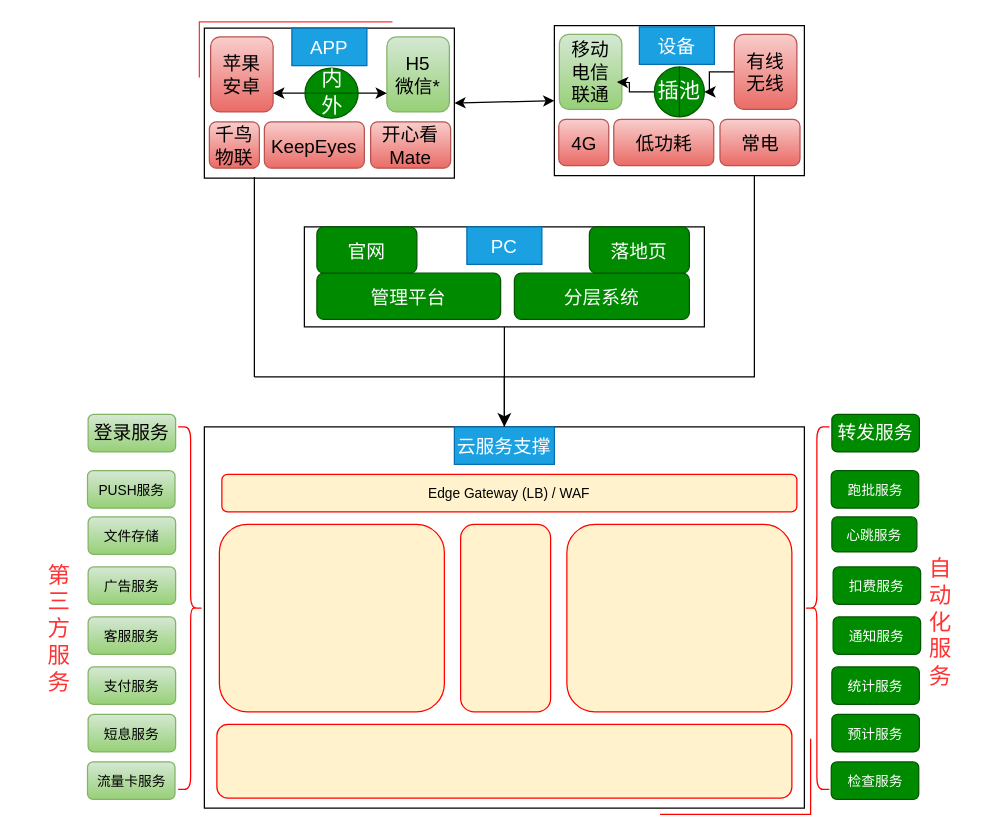
Earlier version of the draw.io diagram cloudbirds/整体全景模型.drawio (luoyongshun/framework). Source tidied: cells renumbered, new cells numbered last; positions are measured from the earlier drawing's top-left corner, leaving out a move shared by most shapes. Both pictures are drawn from the tidied source at 125%, with x=0, y=0 at pixel (21, 21).
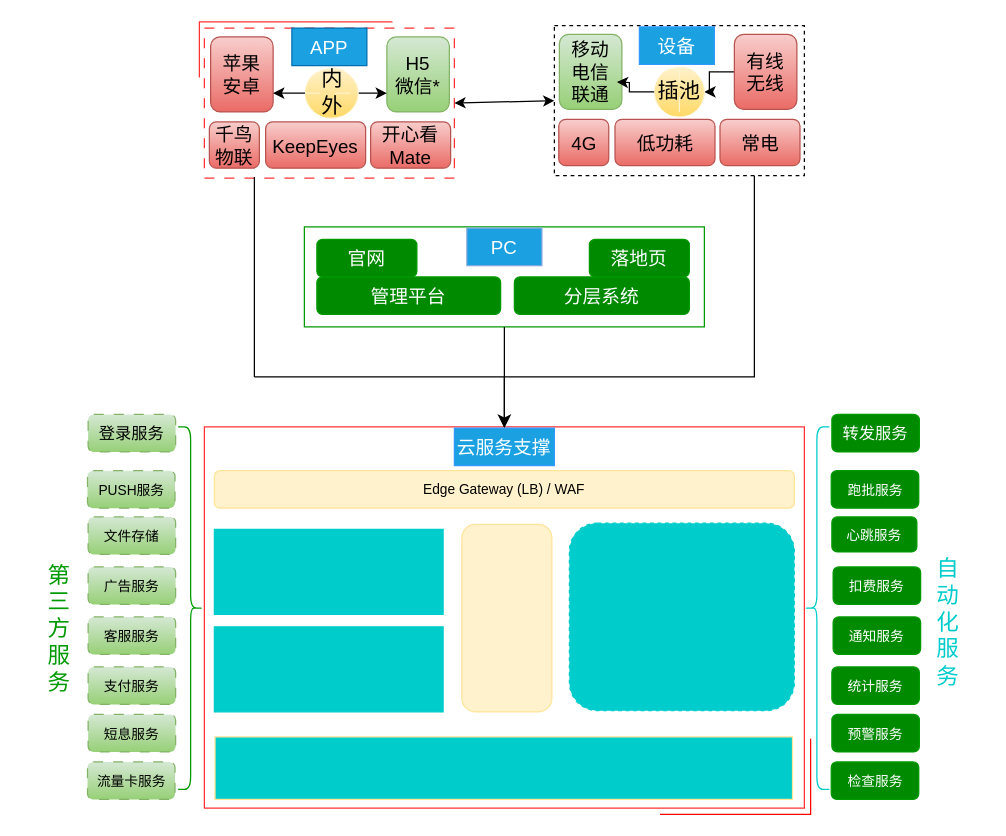
The same page after the edit.

Commit message (it also covers changes not shown here):
更新整体全景模型.drawio

What changed in the source:
```diff
@@
-    <mxCell id="2" style="rounded=0;whiteSpace=wrap;html=1;fontSize=15;" parent="1" vertex="1">
+    <mxCell id="2" style="rounded=0;whiteSpace=wrap;html=1;fontSize=15;strokeColor=#009900;" parent="1" vertex="1">
       <mxGeometry x="226" y="164" width="320" height="80" as="geometry" />
     </mxCell>
-    <mxCell id="3" style="rounded=0;whiteSpace=wrap;html=1;fontSize=15;" parent="1" vertex="1">
+    <mxCell id="3" style="rounded=0;whiteSpace=wrap;html=1;fontSize=15;strokeColor=#FF3333;dashed=1;dashPattern=8 8;" parent="1" vertex="1">
       <mxGeometry x="146" y="5" width="200" height="120" as="geometry" />
     </mxCell>
-    <mxCell id="4" style="rounded=0;whiteSpace=wrap;html=1;fontSize=15;" parent="1" vertex="1">
+    <mxCell id="4" style="rounded=0;whiteSpace=wrap;html=1;fontSize=15;dashed=1;" parent="1" vertex="1">
       <mxGeometry x="426" y="3" width="200" height="120" as="geometry" />
     </mxCell>
-    <mxCell id="5" style="rounded=0;whiteSpace=wrap;html=1;fontSize=15;" parent="1" vertex="1">
+    <mxCell id="5" style="rounded=0;whiteSpace=wrap;html=1;fontSize=15;strokeColor=#FF3333;" parent="1" vertex="1">
       <mxGeometry x="146" y="324" width="480" height="305" as="geometry" />
     </mxCell>
@@
-    <mxCell id="7" value="设备" style="text;html=1;align=center;verticalAlign=middle;whiteSpace=wrap;rounded=0;fontSize=15;fillColor=#1ba1e2;fontColor=#ffffff;strokeColor=#006EAF;" parent="1" vertex="1">
+    <mxCell id="7" value="设备" style="text;html=1;align=center;verticalAlign=middle;whiteSpace=wrap;rounded=0;fontSize=15;fillColor=#1ba1e2;fontColor=#ffffff;strokeColor=#3399FF;" parent="1" vertex="1">
       <mxGeometry x="494" y="4" width="60" height="30" as="geometry" />
     </mxCell>
-    <mxCell id="8" value="PC" style="text;html=1;align=center;verticalAlign=middle;whiteSpace=wrap;rounded=0;fontSize=15;fillColor=#1ba1e2;fontColor=#ffffff;strokeColor=#006EAF;" parent="1" vertex="1">
-      <mxGeometry x="356" y="164" width="60" height="30" as="geometry" />
+    <mxCell id="8" value="PC" style="text;html=1;align=center;verticalAlign=middle;whiteSpace=wrap;rounded=0;fontSize=15;fillColor=#1ba1e2;fontColor=#ffffff;strokeColor=#7EA6E0;" parent="1" vertex="1">
+      <mxGeometry x="356" y="165" width="60" height="30" as="geometry" />
     </mxCell>
-    <mxCell id="9" value="云服务支撑" style="text;html=1;align=center;verticalAlign=middle;whiteSpace=wrap;rounded=0;fontSize=15;fillColor=#1ba1e2;fontColor=#ffffff;strokeColor=#006EAF;" parent="1" vertex="1">
-      <mxGeometry x="346" y="324" width="80" height="30" as="geometry" />
+    <mxCell id="9" value="云服务支撑" style="text;html=1;align=center;verticalAlign=middle;whiteSpace=wrap;rounded=0;fontSize=15;fillColor=#1ba1e2;fontColor=#ffffff;strokeColor=#3399FF;" parent="1" vertex="1">
+      <mxGeometry x="346" y="325" width="80" height="30" as="geometry" />
     </mxCell>
@@
     <mxCell id="13" value="KeepEyes" style="rounded=1;whiteSpace=wrap;html=1;fontSize=15;fillColor=#f8cecc;gradientColor=#ea6b66;strokeColor=#b85450;" parent="1" vertex="1">
-      <mxGeometry x="194" y="80" width="80" height="37" as="geometry" />
+      <mxGeometry x="195" y="80" width="80" height="37" as="geometry" />
     </mxCell>
@@
     <mxCell id="26" value="低功耗" style="rounded=1;whiteSpace=wrap;html=1;fontSize=15;fillColor=#f8cecc;gradientColor=#ea6b66;strokeColor=#b85450;" parent="1" vertex="1">
-      <mxGeometry x="473.5" y="78" width="80" height="37" as="geometry" />
+      <mxGeometry x="474.5" y="78" width="80" height="37" as="geometry" />
     </mxCell>
@@
-    <mxCell id="29" value="插池" style="shape=lineEllipse;line=vertical;perimeter=ellipsePerimeter;whiteSpace=wrap;html=1;backgroundOutline=1;strokeColor=#005700;fontSize=17;fillColor=#008a00;fontColor=#ffffff;" parent="1" vertex="1">
+    <mxCell id="29" value="插池" style="shape=lineEllipse;line=vertical;perimeter=ellipsePerimeter;whiteSpace=wrap;html=1;backgroundOutline=1;strokeColor=#FFF2CC;fontSize=17;fillColor=#fff2cc;gradientColor=#ffd966;dashed=1;dashPattern=12 12;" parent="1" vertex="1">
       <mxGeometry x="506" y="36" width="40" height="40" as="geometry" />
     </mxCell>
@@
-    <mxCell id="32" value="内&lt;br&gt;外" style="shape=lineEllipse;perimeter=ellipsePerimeter;whiteSpace=wrap;html=1;backgroundOutline=1;strokeColor=#005700;fontSize=17;fillColor=#008a00;fontColor=#ffffff;" parent="1" vertex="1">
+    <mxCell id="32" value="内&lt;br&gt;外" style="shape=lineEllipse;perimeter=ellipsePerimeter;whiteSpace=wrap;html=1;backgroundOutline=1;strokeColor=#FFF2CC;fontSize=17;fillColor=#fff2cc;gradientColor=#ffd966;dashed=1;dashPattern=12 12;" parent="1" vertex="1">
       <mxGeometry x="226.5" y="37" width="42.5" height="40" as="geometry" />
     </mxCell>
-    <mxCell id="33" value="管理平台" style="rounded=1;whiteSpace=wrap;html=1;fontSize=15;fillColor=#008a00;strokeColor=#005700;fontColor=#ffffff;" parent="1" vertex="1">
-      <mxGeometry x="236" y="201" width="147" height="37" as="geometry" />
+    <mxCell id="33" value="管理平台" style="rounded=1;whiteSpace=wrap;html=1;fontSize=15;fillColor=#008a00;strokeColor=#009900;fontColor=#ffffff;" parent="1" vertex="1">
+      <mxGeometry x="236" y="204" width="147" height="30" as="geometry" />
     </mxCell>
-    <mxCell id="34" value="分层系统" style="rounded=1;whiteSpace=wrap;html=1;fontSize=15;fillColor=#008a00;strokeColor=#005700;fontColor=#ffffff;" parent="1" vertex="1">
-      <mxGeometry x="394" y="201" width="140" height="37" as="geometry" />
+    <mxCell id="34" value="分层系统" style="rounded=1;whiteSpace=wrap;html=1;fontSize=15;fillColor=#008a00;strokeColor=#009900;fontColor=#ffffff;" parent="1" vertex="1">
+      <mxGeometry x="394" y="204" width="140" height="30" as="geometry" />
     </mxCell>
-    <mxCell id="35" value="官网" style="rounded=1;whiteSpace=wrap;html=1;fontSize=15;fillColor=#008a00;strokeColor=#005700;fontColor=#ffffff;" parent="1" vertex="1">
-      <mxGeometry x="236" y="164" width="80" height="37" as="geometry" />
+    <mxCell id="35" value="官网" style="rounded=1;whiteSpace=wrap;html=1;fontSize=15;fillColor=#008a00;strokeColor=#009900;fontColor=#ffffff;" parent="1" vertex="1">
+      <mxGeometry x="236" y="174" width="80" height="30" as="geometry" />
     </mxCell>
-    <mxCell id="36" value="落地页" style="rounded=1;whiteSpace=wrap;html=1;fontSize=15;fillColor=#008a00;strokeColor=#005700;fontColor=#ffffff;" parent="1" vertex="1">
-      <mxGeometry x="454" y="164" width="80" height="37" as="geometry" />
+    <mxCell id="36" value="落地页" style="rounded=1;whiteSpace=wrap;html=1;fontSize=15;fillColor=#008a00;strokeColor=#009900;fontColor=#ffffff;" parent="1" vertex="1">
+      <mxGeometry x="454" y="174" width="80" height="30" as="geometry" />
     </mxCell>
-    <mxCell id="37" style="shape=curlyBracket;whiteSpace=wrap;html=1;rounded=1;flipH=1;labelPosition=right;verticalLabelPosition=middle;align=left;verticalAlign=middle;strokeColor=#FF0000;fontSize=17;fillColor=#FFF2CC;" parent="1" vertex="1">
+    <mxCell id="37" style="shape=curlyBracket;whiteSpace=wrap;html=1;rounded=1;flipH=1;labelPosition=right;verticalLabelPosition=middle;align=left;verticalAlign=middle;strokeColor=#009900;fontSize=17;fillColor=#FFF2CC;" parent="1" vertex="1">
       <mxGeometry x="125" y="324" width="20" height="290" as="geometry" />
     </mxCell>
-    <mxCell id="38" value="&lt;font style=&quot;font-size: 15px;&quot;&gt;登录服务&lt;/font&gt;" style="rounded=1;whiteSpace=wrap;html=1;strokeColor=#82b366;fontSize=17;fillColor=#d5e8d4;gradientColor=#97d077;" parent="1" vertex="1">
+    <mxCell id="38" value="&lt;font style=&quot;font-size: 13px;&quot;&gt;登录服务&lt;/font&gt;" style="rounded=1;whiteSpace=wrap;html=1;strokeColor=#82b366;fontSize=17;fillColor=#d5e8d4;gradientColor=#97d077;dashed=1;dashPattern=8 8;" parent="1" vertex="1">
       <mxGeometry x="53" y="314" width="70" height="30" as="geometry" />
     </mxCell>
-    <mxCell id="39" value="&lt;font style=&quot;font-size: 11px;&quot;&gt;PUSH服务&lt;/font&gt;" style="rounded=1;whiteSpace=wrap;html=1;strokeColor=#82b366;fontSize=17;fillColor=#d5e8d4;gradientColor=#97d077;" parent="1" vertex="1">
+    <mxCell id="39" value="&lt;font style=&quot;font-size: 11px;&quot;&gt;PUSH服务&lt;/font&gt;" style="rounded=1;whiteSpace=wrap;html=1;strokeColor=#82b366;fontSize=17;fillColor=#d5e8d4;gradientColor=#97d077;dashed=1;dashPattern=8 8;" parent="1" vertex="1">
       <mxGeometry x="52.5" y="359" width="70" height="30" as="geometry" />
     </mxCell>
-    <mxCell id="40" value="&lt;font style=&quot;font-size: 11px;&quot;&gt;文件存储&lt;/font&gt;" style="rounded=1;whiteSpace=wrap;html=1;strokeColor=#82b366;fontSize=17;fillColor=#d5e8d4;gradientColor=#97d077;" parent="1" vertex="1">
+    <mxCell id="40" value="&lt;font style=&quot;font-size: 11px;&quot;&gt;文件存储&lt;/font&gt;" style="rounded=1;whiteSpace=wrap;html=1;strokeColor=#82b366;fontSize=17;fillColor=#d5e8d4;gradientColor=#97d077;dashed=1;dashPattern=8 8;" parent="1" vertex="1">
       <mxGeometry x="53" y="396" width="70" height="30" as="geometry" />
     </mxCell>
-    <mxCell id="41" value="&lt;span style=&quot;font-size: 11px;&quot;&gt;广告服务&lt;/span&gt;" style="rounded=1;whiteSpace=wrap;html=1;strokeColor=#82b366;fontSize=17;fillColor=#d5e8d4;gradientColor=#97d077;" parent="1" vertex="1">
+    <mxCell id="41" value="&lt;span style=&quot;font-size: 11px;&quot;&gt;广告服务&lt;/span&gt;" style="rounded=1;whiteSpace=wrap;html=1;strokeColor=#82b366;fontSize=17;fillColor=#d5e8d4;gradientColor=#97d077;dashed=1;dashPattern=8 8;" parent="1" vertex="1">
       <mxGeometry x="53" y="436" width="70" height="30" as="geometry" />
     </mxCell>
-    <mxCell id="42" value="&lt;span style=&quot;font-size: 11px;&quot;&gt;客服服务&lt;/span&gt;" style="rounded=1;whiteSpace=wrap;html=1;strokeColor=#82b366;fontSize=17;fillColor=#d5e8d4;gradientColor=#97d077;" parent="1" vertex="1">
+    <mxCell id="42" value="&lt;span style=&quot;font-size: 11px;&quot;&gt;客服服务&lt;/span&gt;" style="rounded=1;whiteSpace=wrap;html=1;strokeColor=#82b366;fontSize=17;fillColor=#d5e8d4;gradientColor=#97d077;dashed=1;dashPattern=8 8;" parent="1" vertex="1">
       <mxGeometry x="53" y="476" width="70" height="30" as="geometry" />
     </mxCell>
-    <mxCell id="43" value="&lt;span style=&quot;font-size: 11px;&quot;&gt;支付服务&lt;/span&gt;" style="rounded=1;whiteSpace=wrap;html=1;strokeColor=#82b366;fontSize=17;fillColor=#d5e8d4;gradientColor=#97d077;" parent="1" vertex="1">
+    <mxCell id="43" value="&lt;span style=&quot;font-size: 11px;&quot;&gt;支付服务&lt;/span&gt;" style="rounded=1;whiteSpace=wrap;html=1;strokeColor=#82b366;fontSize=17;fillColor=#d5e8d4;gradientColor=#97d077;dashed=1;dashPattern=8 8;" parent="1" vertex="1">
       <mxGeometry x="53" y="516" width="70" height="30" as="geometry" />
     </mxCell>
-    <mxCell id="44" value="&lt;span style=&quot;font-size: 11px;&quot;&gt;短息服务&lt;/span&gt;" style="rounded=1;whiteSpace=wrap;html=1;strokeColor=#82b366;fontSize=17;fillColor=#d5e8d4;gradientColor=#97d077;" parent="1" vertex="1">
+    <mxCell id="44" value="&lt;span style=&quot;font-size: 11px;&quot;&gt;短息服务&lt;/span&gt;" style="rounded=1;whiteSpace=wrap;html=1;strokeColor=#82b366;fontSize=17;fillColor=#d5e8d4;gradientColor=#97d077;dashed=1;dashPattern=8 8;" parent="1" vertex="1">
       <mxGeometry x="53" y="554" width="70" height="30" as="geometry" />
     </mxCell>
-    <mxCell id="45" style="rounded=1;whiteSpace=wrap;html=1;strokeColor=#FF0000;fontSize=11;fillColor=#FFF2CC;" parent="1" vertex="1">
-      <mxGeometry x="158" y="402" width="180" height="150" as="geometry" />
+    <mxCell id="45" style="rounded=1;whiteSpace=wrap;html=1;strokeColor=#00CCCC;fontSize=11;fillColor=#00CCCC;dashed=1;" parent="1" vertex="1">
+      <mxGeometry x="438" y="401" width="180" height="150" as="geometry" />
     </mxCell>
-    <mxCell id="46" style="rounded=1;whiteSpace=wrap;html=1;strokeColor=#FF0000;fontSize=11;fillColor=#FFF2CC;" parent="1" vertex="1">
-      <mxGeometry x="436" y="402" width="180" height="150" as="geometry" />
-    </mxCell>
-    <mxCell id="47" style="rounded=1;whiteSpace=wrap;html=1;strokeColor=#FF0000;fontSize=11;fillColor=#FFF2CC;" parent="1" vertex="1">
-      <mxGeometry x="156" y="562" width="460" height="59" as="geometry" />
-    </mxCell>
-    <mxCell id="48" value="&lt;font color=&quot;#ff3333&quot; style=&quot;font-size: 18px;&quot;&gt;第&lt;br&gt;三&lt;br&gt;方&lt;br&gt;服&lt;br&gt;务&lt;/font&gt;" style="text;html=1;strokeColor=none;fillColor=none;align=center;verticalAlign=middle;whiteSpace=wrap;rounded=0;fontSize=11;" parent="1" vertex="1">
+    <mxCell id="48" value="&lt;font color=&quot;#009900&quot; style=&quot;font-size: 18px;&quot;&gt;第&lt;br&gt;三&lt;br&gt;方&lt;br&gt;服&lt;br&gt;务&lt;/font&gt;" style="text;html=1;strokeColor=none;fillColor=none;align=center;verticalAlign=middle;whiteSpace=wrap;rounded=0;fontSize=11;" parent="1" vertex="1">
       <mxGeometry y="471" width="60" height="30" as="geometry" />
     </mxCell>
-    <mxCell id="49" value="&lt;span style=&quot;font-size: 11px;&quot;&gt;流量卡服务&lt;/span&gt;" style="rounded=1;whiteSpace=wrap;html=1;strokeColor=#82b366;fontSize=17;fillColor=#d5e8d4;gradientColor=#97d077;" parent="1" vertex="1">
+    <mxCell id="49" value="&lt;span style=&quot;font-size: 11px;&quot;&gt;流量卡服务&lt;/span&gt;" style="rounded=1;whiteSpace=wrap;html=1;strokeColor=#82b366;fontSize=17;fillColor=#d5e8d4;gradientColor=#97d077;dashed=1;dashPattern=8 8;" parent="1" vertex="1">
       <mxGeometry x="52.5" y="592" width="70" height="30" as="geometry" />
     </mxCell>
-    <mxCell id="50" value="&lt;font style=&quot;font-size: 15px;&quot;&gt;转发服务&lt;/font&gt;" style="rounded=1;whiteSpace=wrap;html=1;strokeColor=#005700;fontSize=17;fillColor=#008a00;fontColor=#ffffff;" parent="1" vertex="1">
+    <mxCell id="50" value="&lt;font style=&quot;font-size: 13px;&quot;&gt;转发服务&lt;/font&gt;" style="rounded=1;whiteSpace=wrap;html=1;strokeColor=#009900;fontSize=17;fillColor=#008a00;fontColor=#ffffff;" parent="1" vertex="1">
       <mxGeometry x="648" y="314" width="70" height="30" as="geometry" />
     </mxCell>
-    <mxCell id="51" value="&lt;span style=&quot;font-size: 11px;&quot;&gt;跑批服务&lt;/span&gt;" style="rounded=1;whiteSpace=wrap;html=1;strokeColor=#005700;fontSize=17;fillColor=#008a00;fontColor=#ffffff;" parent="1" vertex="1">
+    <mxCell id="51" value="&lt;span style=&quot;font-size: 11px;&quot;&gt;跑批服务&lt;/span&gt;" style="rounded=1;whiteSpace=wrap;html=1;strokeColor=#009900;fontSize=17;fillColor=#008a00;fontColor=#ffffff;" parent="1" vertex="1">
       <mxGeometry x="647.5" y="359" width="70" height="30" as="geometry" />
     </mxCell>
-    <mxCell id="52" value="&lt;font style=&quot;font-size: 11px;&quot;&gt;心跳服务&lt;/font&gt;" style="rounded=1;whiteSpace=wrap;html=1;strokeColor=#005700;fontSize=17;fillColor=#008a00;fontColor=#ffffff;" parent="1" vertex="1">
+    <mxCell id="52" value="&lt;font style=&quot;font-size: 11px;&quot;&gt;心跳服务&lt;/font&gt;" style="rounded=1;whiteSpace=wrap;html=1;strokeColor=#009900;fontSize=17;fillColor=#008a00;fontColor=#ffffff;" parent="1" vertex="1">
       <mxGeometry x="648" y="396" width="68" height="28" as="geometry" />
     </mxCell>
-    <mxCell id="53" value="&lt;span style=&quot;font-size: 11px;&quot;&gt;扣费服务&lt;/span&gt;" style="rounded=1;whiteSpace=wrap;html=1;strokeColor=#005700;fontSize=17;fillColor=#008a00;fontColor=#ffffff;" parent="1" vertex="1">
+    <mxCell id="53" value="&lt;span style=&quot;font-size: 11px;&quot;&gt;扣费服务&lt;/span&gt;" style="rounded=1;whiteSpace=wrap;html=1;strokeColor=#009900;fontSize=17;fillColor=#008a00;fontColor=#ffffff;" parent="1" vertex="1">
       <mxGeometry x="649" y="436" width="70" height="30" as="geometry" />
     </mxCell>
-    <mxCell id="54" value="&lt;span style=&quot;font-size: 11px;&quot;&gt;通知服务&lt;/span&gt;" style="rounded=1;whiteSpace=wrap;html=1;strokeColor=#005700;fontSize=17;fillColor=#008a00;fontColor=#ffffff;" parent="1" vertex="1">
+    <mxCell id="54" value="&lt;span style=&quot;font-size: 11px;&quot;&gt;通知服务&lt;/span&gt;" style="rounded=1;whiteSpace=wrap;html=1;strokeColor=#009900;fontSize=17;fillColor=#008a00;fontColor=#ffffff;" parent="1" vertex="1">
       <mxGeometry x="649" y="476" width="70" height="30" as="geometry" />
     </mxCell>
-    <mxCell id="55" value="&lt;span style=&quot;font-size: 11px;&quot;&gt;统计服务&lt;/span&gt;" style="rounded=1;whiteSpace=wrap;html=1;strokeColor=#005700;fontSize=17;fillColor=#008a00;fontColor=#ffffff;" parent="1" vertex="1">
+    <mxCell id="55" value="&lt;span style=&quot;font-size: 11px;&quot;&gt;统计服务&lt;/span&gt;" style="rounded=1;whiteSpace=wrap;html=1;strokeColor=#009900;fontSize=17;fillColor=#008a00;fontColor=#ffffff;" parent="1" vertex="1">
       <mxGeometry x="648" y="516" width="70" height="30" as="geometry" />
     </mxCell>
-    <mxCell id="56" value="&lt;span style=&quot;font-size: 11px;&quot;&gt;预计服务&lt;/span&gt;" style="rounded=1;whiteSpace=wrap;html=1;strokeColor=#005700;fontSize=17;fillColor=#008a00;fontColor=#ffffff;" parent="1" vertex="1">
+    <mxCell id="56" value="&lt;span style=&quot;font-size: 11px;&quot;&gt;预警服务&lt;/span&gt;" style="rounded=1;whiteSpace=wrap;html=1;strokeColor=#009900;fontSize=17;fillColor=#008a00;fontColor=#ffffff;" parent="1" vertex="1">
       <mxGeometry x="648" y="554" width="70" height="30" as="geometry" />
     </mxCell>
-    <mxCell id="57" value="&lt;font style=&quot;font-size: 18px;&quot; color=&quot;#ff3333&quot;&gt;&lt;span style=&quot;&quot;&gt;自&lt;br&gt;动&lt;br&gt;化&lt;br&gt;服&lt;br&gt;务&lt;br&gt;&lt;/span&gt;&lt;/font&gt;" style="text;html=1;strokeColor=none;fillColor=none;align=center;verticalAlign=middle;whiteSpace=wrap;rounded=0;fontSize=11;" parent="1" vertex="1">
-      <mxGeometry x="705" y="466" width="60" height="30" as="geometry" />
+    <mxCell id="57" value="&lt;font style=&quot;font-size: 18px;&quot;&gt;&lt;font color=&quot;#00cccc&quot;&gt;自&lt;br&gt;动&lt;br&gt;化&lt;br&gt;服&lt;br&gt;务&lt;/font&gt;&lt;br&gt;&lt;/font&gt;" style="text;html=1;strokeColor=none;fillColor=none;align=center;verticalAlign=middle;whiteSpace=wrap;rounded=0;fontSize=11;" parent="1" vertex="1">
+      <mxGeometry x="711" y="466" width="60" height="30" as="geometry" />
     </mxCell>
-    <mxCell id="58" value="&lt;span style=&quot;font-size: 11px;&quot;&gt;检查服务&lt;/span&gt;" style="rounded=1;whiteSpace=wrap;html=1;strokeColor=#005700;fontSize=17;fillColor=#008a00;fontColor=#ffffff;" parent="1" vertex="1">
+    <mxCell id="58" value="&lt;span style=&quot;font-size: 11px;&quot;&gt;检查服务&lt;/span&gt;" style="rounded=1;whiteSpace=wrap;html=1;strokeColor=#009900;fontSize=17;fillColor=#008a00;fontColor=#ffffff;" parent="1" vertex="1">
       <mxGeometry x="647.5" y="592" width="70" height="30" as="geometry" />
     </mxCell>
-    <mxCell id="59" style="shape=curlyBracket;whiteSpace=wrap;html=1;rounded=1;labelPosition=left;verticalLabelPosition=middle;align=right;verticalAlign=middle;strokeColor=#FF0000;fontSize=16;fontColor=#FF3333;fillColor=#FFF2CC;" parent="1" vertex="1">
+    <mxCell id="59" style="shape=curlyBracket;whiteSpace=wrap;html=1;rounded=1;labelPosition=left;verticalLabelPosition=middle;align=right;verticalAlign=middle;strokeColor=#00CCCC;fontSize=16;fontColor=#FF3333;fillColor=#FFF2CC;" parent="1" vertex="1">
       <mxGeometry x="626" y="324" width="20" height="290" as="geometry" />
     </mxCell>
-    <mxCell id="60" value="Edge Gateway (LB) / WAF" style="rounded=1;whiteSpace=wrap;html=1;strokeColor=#FF0000;fontSize=11;fillColor=#FFF2CC;" parent="1" vertex="1">
-      <mxGeometry x="160" y="362" width="460" height="30" as="geometry" />
+    <mxCell id="60" value="Edge Gateway (LB) / WAF" style="rounded=1;whiteSpace=wrap;html=1;strokeColor=#FFE599;fontSize=11;fillColor=#FFF2CC;" parent="1" vertex="1">
+      <mxGeometry x="154" y="359" width="464" height="30" as="geometry" />
     </mxCell>
-    <mxCell id="61" style="rounded=1;whiteSpace=wrap;html=1;strokeColor=#FF0000;fontSize=11;fillColor=#FFF2CC;" parent="1" vertex="1">
-      <mxGeometry x="351" y="402" width="72" height="150" as="geometry" />
+    <mxCell id="61" style="rounded=1;whiteSpace=wrap;html=1;strokeColor=#FFE599;fontSize=11;fillColor=#FFF2CC;" parent="1" vertex="1">
+      <mxGeometry x="352" y="402" width="72" height="150" as="geometry" />
     </mxCell>
+    <mxCell id="62" style="rounded=0;whiteSpace=wrap;html=1;strokeColor=#00CCCC;fontSize=13;fontColor=#00CCCC;fillColor=#00CCCC;" parent="1" vertex="1">
+      <mxGeometry x="154" y="406" width="183" height="68" as="geometry" />
+    </mxCell>
+    <mxCell id="63" style="rounded=0;whiteSpace=wrap;html=1;strokeColor=#00CCCC;fontSize=13;fontColor=#00CCCC;fillColor=#00CCCC;" parent="1" vertex="1">
+      <mxGeometry x="154" y="484" width="183" height="68" as="geometry" />
+    </mxCell>
+    <mxCell id="64" style="rounded=0;whiteSpace=wrap;html=1;strokeColor=#FFE599;fontSize=13;fontColor=#00CCCC;fillColor=#00CCCC;" parent="1" vertex="1">
+      <mxGeometry x="154.5" y="572" width="462" height="50" as="geometry" />
+    </mxCell>
```
